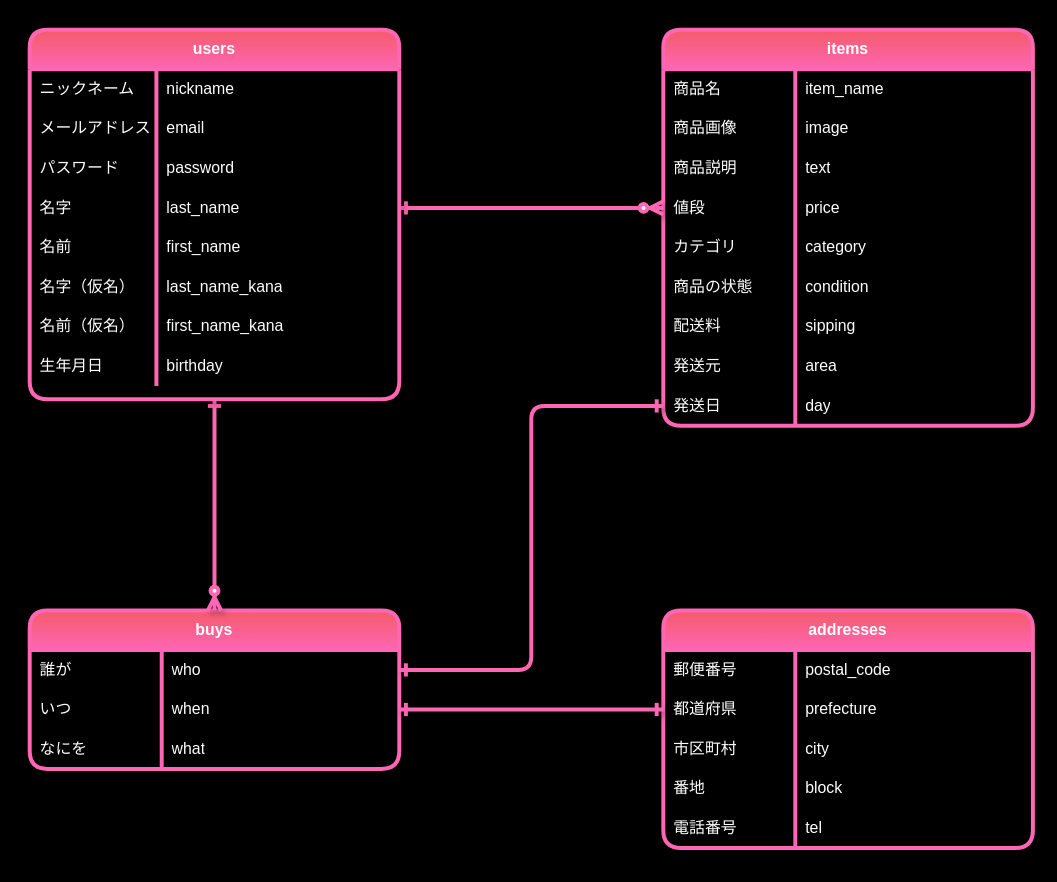
Above: ra.dio in tatsu98s/furima-32092 (draw.io), before the change. Source tidied: cells renumbered, new cells numbered last; positions are measured from the earlier drawing's top-left corner, leaving out a move shared by most shapes. Both pictures are drawn from the tidied source at 132%, with x=0, y=0 at pixel (29, 29).
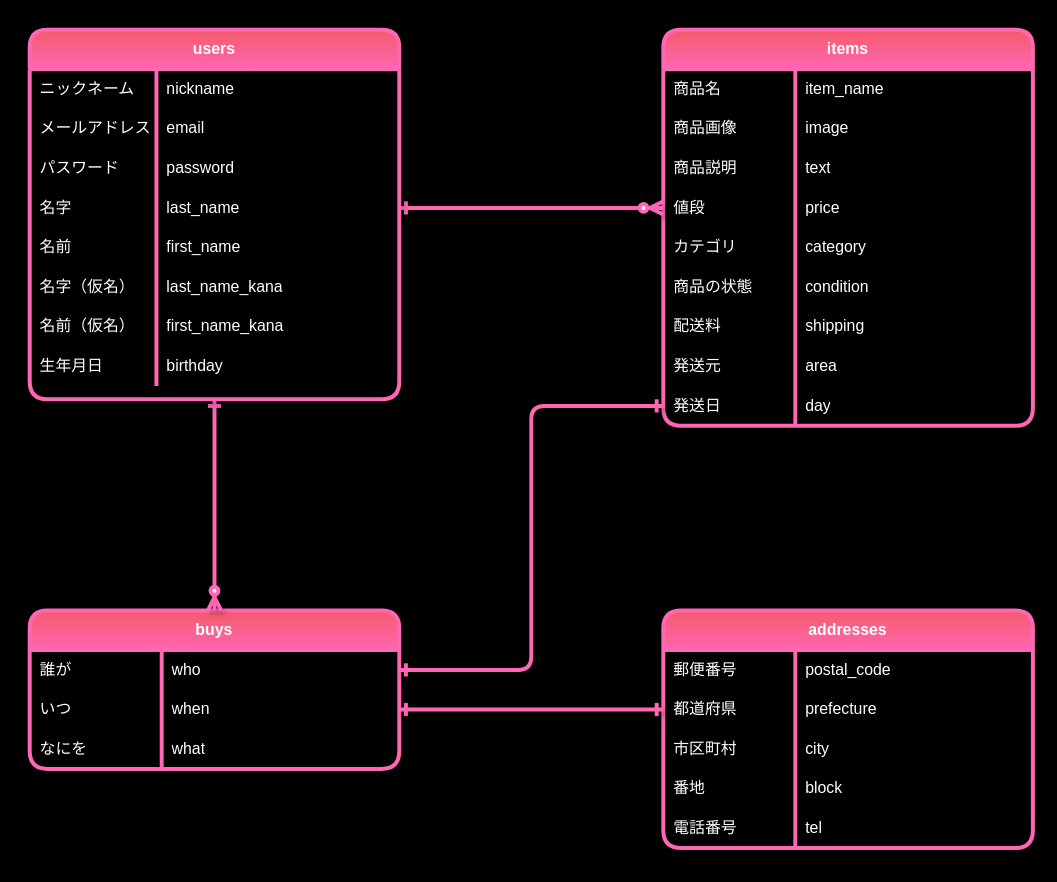
The same diagram, later.

The change refers to these unchanged cells:
```xml
<mxCell id="21" style="shape=partialRectangle;html=1;whiteSpace=wrap;fillColor=none;top=0;left=0;bottom=0;right=0;fontColor=#FFFFFF;" parent="2" vertex="1">
  <mxGeometry y="210" width="280" height="30" as="geometry" />
</mxCell>
```

The edit, as a diff of the source:
```diff
@@
-    <mxCell id="23" value="sipping" style="shape=partialRectangle;html=1;whiteSpace=wrap;fillColor=none;top=0;left=0;bottom=0;right=0;align=left;spacingLeft=6;overflow=hidden;fontColor=#FFFFFF;" parent="21" vertex="1">
+    <mxCell id="23" value="shipping" style="shape=partialRectangle;html=1;whiteSpace=wrap;fillColor=none;top=0;left=0;bottom=0;right=0;align=left;spacingLeft=6;overflow=hidden;fontColor=#FFFFFF;" parent="21" vertex="1">
       <mxGeometry x="100" width="180" height="30" as="geometry" />
     </mxCell>
```
